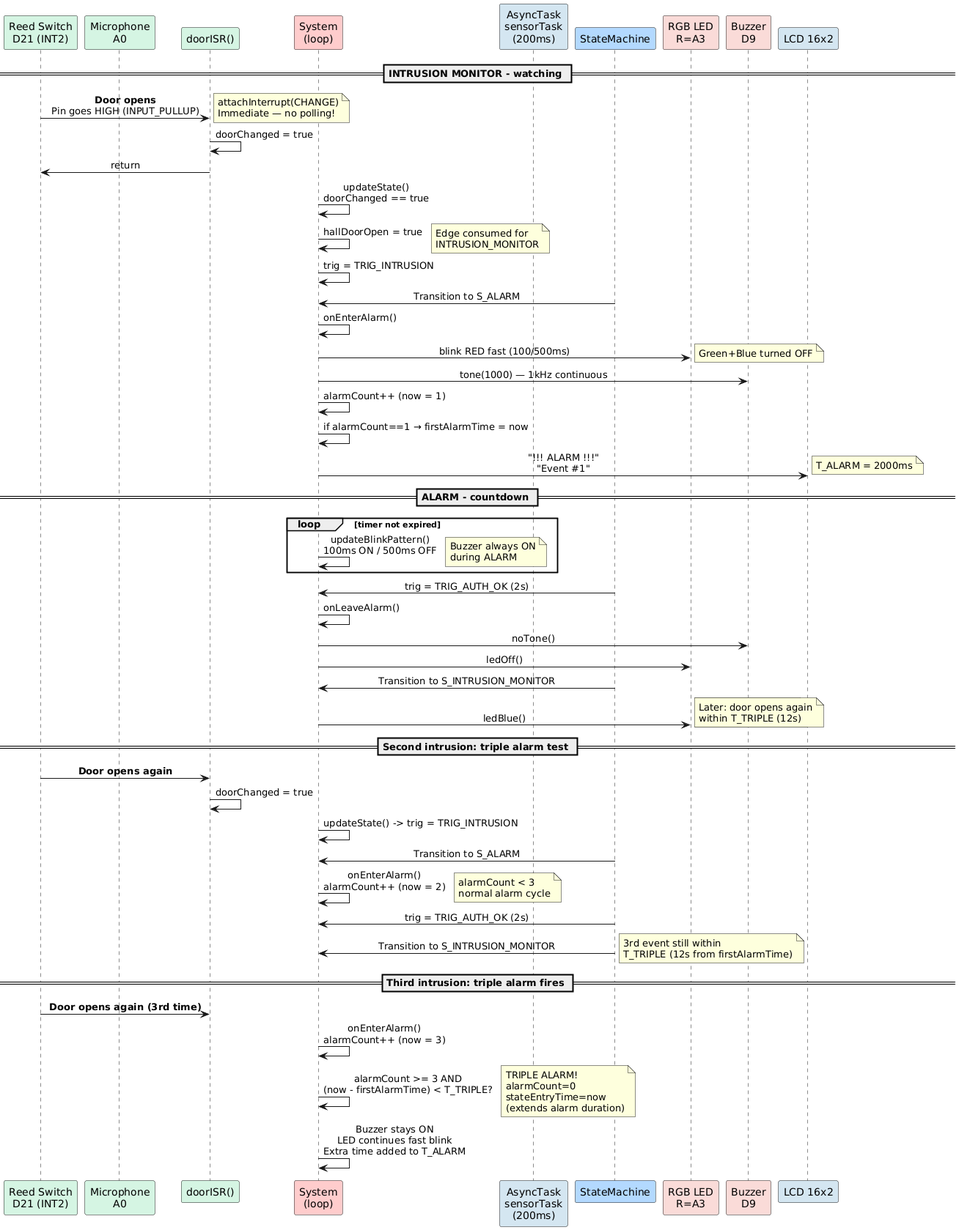
Earlier version of the PlantUML export docs/UML/IntrusionAlarm.png (FernandoMulato/Final-Arduino-Project).
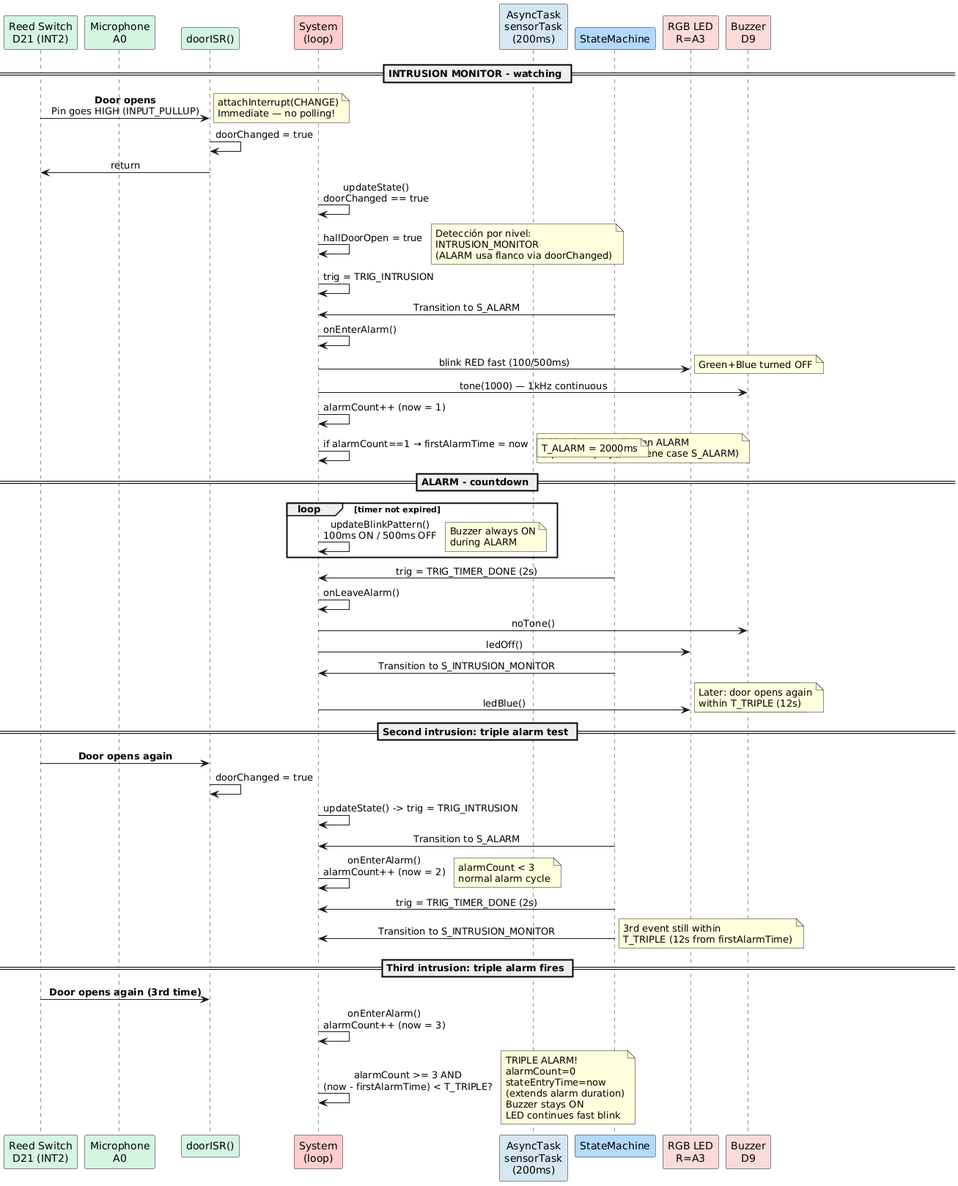
After the commit.

What changed in the source:
```diff
@@ -12,10 +12,9 @@
 participant "StateMachine" as FSM #B3D9FF
 participant "RGB LED\nR=A3" as RGB #FADBD8
 participant "Buzzer\nD9" as BUZ #FADBD8
-participant "LCD 16x2" as LCD #D4E6F1
 
 == INTRUSION MONITOR - watching ==
-note right: State S_INTRUSION_MONITOR\nLED: blue\nLCD: "MONITOR SEC"\n"Door: CLOSED"\nalarmCount=0
+note right: State S_INTRUSION_MONITOR\nLED: blue\nLCD: "MONITOR SEC" / "Door: CLOSED"\nalarmCount=0
 
 REED -> ISR: **Door opens**\nPin goes HIGH (INPUT_PULLUP)
 note right: attachInterrupt(CHANGE)\nImmediate — no polling!
@@ -24,7 +23,7 @@
 
 SYS -> SYS: updateState()\ndoorChanged == true
 SYS -> SYS: hallDoorOpen = true
-note right: Edge consumed for\nINTRUSION_MONITOR
+note right: Detección por nivel:\nINTRUSION_MONITOR\n(ALARM usa flanco via doorChanged)
 SYS -> SYS: trig = TRIG_INTRUSION
 
 FSM -> SYS: Transition to S_ALARM
@@ -34,7 +33,7 @@
 SYS -> BUZ: tone(1000) — 1kHz continuous
 SYS -> SYS: alarmCount++ (now = 1)
 SYS -> SYS: if alarmCount==1 → firstAlarmTime = now
-SYS -> LCD: "!!! ALARM !!!"\n"Event #1"
+note right: LCD NO se actualiza en ALARM\n(updateDisplay() no tiene case S_ALARM)
 
 == ALARM - countdown ==
 note right: T_ALARM = 2000ms
@@ -44,7 +43,7 @@
   note right: Buzzer always ON\nduring ALARM
 end
 
-FSM -> SYS: trig = TRIG_AUTH_OK (2s)
+FSM -> SYS: trig = TRIG_TIMER_DONE (2s)
 SYS -> SYS: onLeaveAlarm()
 SYS -> BUZ: noTone()
 SYS -> RGB: ledOff()
@@ -63,7 +62,7 @@
 SYS -> SYS: onEnterAlarm()\nalarmCount++ (now = 2)
 note right: alarmCount < 3\nnormal alarm cycle
 
-FSM -> SYS: trig = TRIG_AUTH_OK (2s)
+FSM -> SYS: trig = TRIG_TIMER_DONE (2s)
 FSM -> SYS: Transition to S_INTRUSION_MONITOR
 
 == Third intrusion: triple alarm fires ==
@@ -72,7 +71,6 @@
 REED -> ISR: **Door opens again (3rd time)**
 SYS -> SYS: onEnterAlarm()\nalarmCount++ (now = 3)
 SYS -> SYS: alarmCount >= 3 AND\n(now - firstAlarmTime) < T_TRIPLE?
-note right: TRIPLE ALARM!\nalarmCount=0\nstateEntryTime=now\n(extends alarm duration)
-SYS -> SYS: Buzzer stays ON\nLED continues fast blink\nExtra time added to T_ALARM
+note right: TRIPLE ALARM!\nalarmCount=0\nstateEntryTime=now\n(extends alarm duration)\nBuzzer stays ON\nLED continues fast blink
 
 @enduml
```
